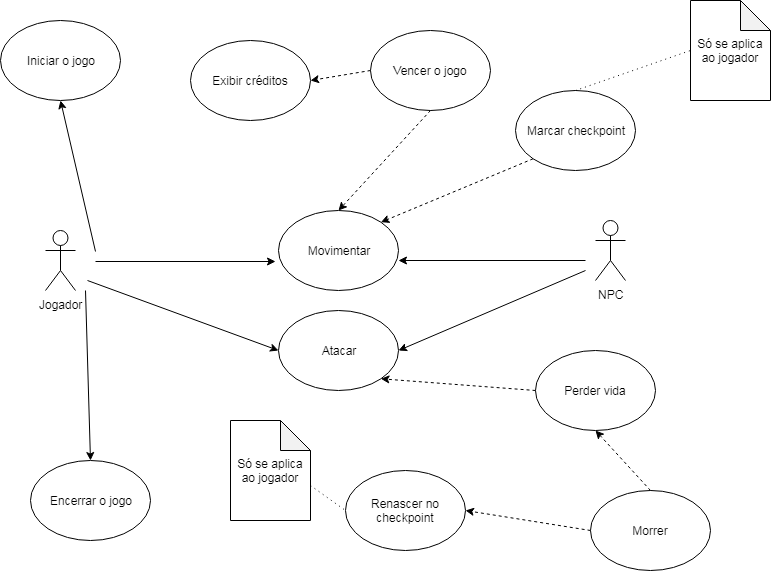
Earlier version of the draw.io export Documentação/Caso de uso-png.png (Thifany-Nicastro/Sky-Ashes). Source tidied: cells renumbered, new cells last; positions are measured from the earlier drawing's top-left corner, leaving out a move shared by most shapes.
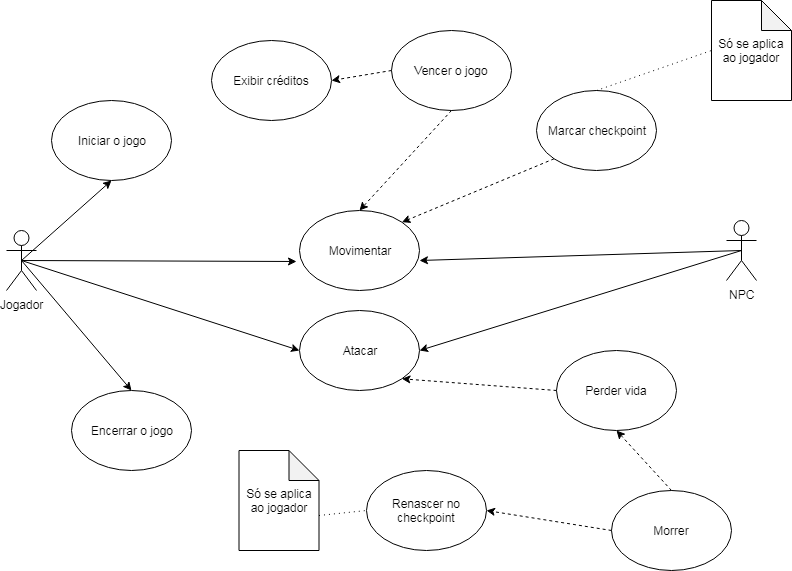
The same diagram one commit later.

Change to the diagram source:
```diff
@@ -3,16 +3,16 @@
     <mxCell id="0" />
     <mxCell id="1" parent="0" />
     <mxCell id="2" value="Jogador&lt;br&gt;" style="shape=umlActor;verticalLabelPosition=bottom;labelBackgroundColor=#ffffff;verticalAlign=top;html=1;outlineConnect=0;" parent="1" vertex="1">
-      <mxGeometry x="45" y="230" width="30" height="60" as="geometry" />
+      <mxGeometry x="-15" y="230" width="30" height="60" as="geometry" />
     </mxCell>
     <mxCell id="3" value="NPC" style="shape=umlActor;verticalLabelPosition=bottom;labelBackgroundColor=#ffffff;verticalAlign=top;html=1;outlineConnect=0;" parent="1" vertex="1">
-      <mxGeometry x="595" y="220" width="30" height="60" as="geometry" />
+      <mxGeometry x="705" y="220" width="30" height="60" as="geometry" />
     </mxCell>
     <mxCell id="4" value="Iniciar o jogo" style="ellipse;whiteSpace=wrap;html=1;" parent="1" vertex="1">
-      <mxGeometry y="20" width="120" height="80" as="geometry" />
+      <mxGeometry x="30" y="100" width="120" height="80" as="geometry" />
     </mxCell>
     <mxCell id="5" value="Encerrar o jogo" style="ellipse;whiteSpace=wrap;html=1;" parent="1" vertex="1">
-      <mxGeometry x="30" y="460" width="120" height="80" as="geometry" />
+      <mxGeometry x="50" y="390" width="120" height="80" as="geometry" />
     </mxCell>
     <mxCell id="6" value="Atacar" style="ellipse;whiteSpace=wrap;html=1;" parent="1" vertex="1">
       <mxGeometry x="278" y="310" width="120" height="80" as="geometry" />
@@ -20,36 +20,25 @@
     <mxCell id="7" value="Movimentar" style="ellipse;whiteSpace=wrap;html=1;" parent="1" vertex="1">
       <mxGeometry x="278" y="210" width="120" height="80" as="geometry" />
     </mxCell>
-    <mxCell id="8" style="endArrow=classic;html=1;entryX=0.5;entryY=1;entryDx=0;entryDy=0;" parent="1" edge="1" target="4">
-      <mxGeometry relative="1" as="geometry">
-        <mxPoint x="95" y="251" as="sourcePoint" />
-      </mxGeometry>
+    <mxCell id="8" style="endArrow=classic;html=1;entryX=0.5;entryY=1;entryDx=0;entryDy=0;exitX=0.5;exitY=0.5;exitDx=0;exitDy=0;exitPerimeter=0;" parent="1" edge="1" source="2" target="4">
+      <mxGeometry relative="1" as="geometry" />
     </mxCell>
-    <mxCell id="9" style="endArrow=classic;html=1;" parent="1" edge="1">
+    <mxCell id="9" style="endArrow=classic;html=1;exitX=0.5;exitY=0.5;exitDx=0;exitDy=0;exitPerimeter=0;" parent="1" edge="1" source="2">
       <mxGeometry relative="1" as="geometry">
-        <mxPoint x="95" y="261" as="sourcePoint" />
         <mxPoint x="275" y="261" as="targetPoint" />
       </mxGeometry>
     </mxCell>
-    <mxCell id="10" style="endArrow=classic;html=1;entryX=1;entryY=0.625;entryDx=0;entryDy=0;entryPerimeter=0;" parent="1" edge="1" target="7">
-      <mxGeometry relative="1" as="geometry">
-        <mxPoint x="585" y="260" as="sourcePoint" />
-      </mxGeometry>
+    <mxCell id="10" style="endArrow=classic;html=1;entryX=1;entryY=0.625;entryDx=0;entryDy=0;entryPerimeter=0;exitX=0.5;exitY=0.5;exitDx=0;exitDy=0;exitPerimeter=0;" parent="1" edge="1" source="3" target="7">
+      <mxGeometry relative="1" as="geometry" />
     </mxCell>
-    <mxCell id="11" style="endArrow=classic;html=1;entryX=0;entryY=0.5;entryDx=0;entryDy=0;" parent="1" edge="1" target="6">
-      <mxGeometry relative="1" as="geometry">
-        <mxPoint x="87" y="280" as="sourcePoint" />
-      </mxGeometry>
+    <mxCell id="11" style="endArrow=classic;html=1;entryX=0;entryY=0.5;entryDx=0;entryDy=0;exitX=0.5;exitY=0.5;exitDx=0;exitDy=0;exitPerimeter=0;" parent="1" edge="1" source="2" target="6">
+      <mxGeometry relative="1" as="geometry" />
     </mxCell>
-    <mxCell id="12" style="endArrow=classic;html=1;entryX=1;entryY=0.5;entryDx=0;entryDy=0;" parent="1" edge="1" target="6">
-      <mxGeometry relative="1" as="geometry">
-        <mxPoint x="585" y="270" as="sourcePoint" />
-      </mxGeometry>
+    <mxCell id="12" style="endArrow=classic;html=1;entryX=1;entryY=0.5;entryDx=0;entryDy=0;exitX=0.5;exitY=0.5;exitDx=0;exitDy=0;exitPerimeter=0;" parent="1" edge="1" source="3" target="6">
+      <mxGeometry relative="1" as="geometry" />
     </mxCell>
-    <mxCell id="13" style="endArrow=classic;html=1;entryX=0.5;entryY=0;entryDx=0;entryDy=0;" parent="1" edge="1" target="5">
-      <mxGeometry relative="1" as="geometry">
-        <mxPoint x="85" y="290" as="sourcePoint" />
-      </mxGeometry>
+    <mxCell id="13" style="endArrow=classic;html=1;entryX=0.5;entryY=0;entryDx=0;entryDy=0;exitX=0.5;exitY=0.5;exitDx=0;exitDy=0;exitPerimeter=0;" parent="1" edge="1" source="2" target="5">
+      <mxGeometry relative="1" as="geometry" />
     </mxCell>
     <mxCell id="14" value="Morrer" style="ellipse;whiteSpace=wrap;html=1;" parent="1" vertex="1">
       <mxGeometry x="590" y="490" width="120" height="80" as="geometry" />
@@ -94,7 +83,7 @@
       <mxGeometry relative="1" as="geometry" />
     </mxCell>
     <mxCell id="28" value="Só se aplica ao jogador" style="shape=note;whiteSpace=wrap;html=1;backgroundOutline=1;darkOpacity=0.05;" parent="1" vertex="1">
-      <mxGeometry x="230" y="420" width="80" height="100" as="geometry" />
+      <mxGeometry x="217.5" y="450" width="80" height="100" as="geometry" />
     </mxCell>
     <mxCell id="29" style="endArrow=none;dashed=1;html=1;entryX=0;entryY=0.5;entryDx=0;entryDy=0;dashPattern=1 4;exitX=0;exitY=0;exitDx=80;exitDy=65;exitPerimeter=0;" parent="1" edge="1" source="28" target="19">
       <mxGeometry relative="1" as="geometry" />
```
